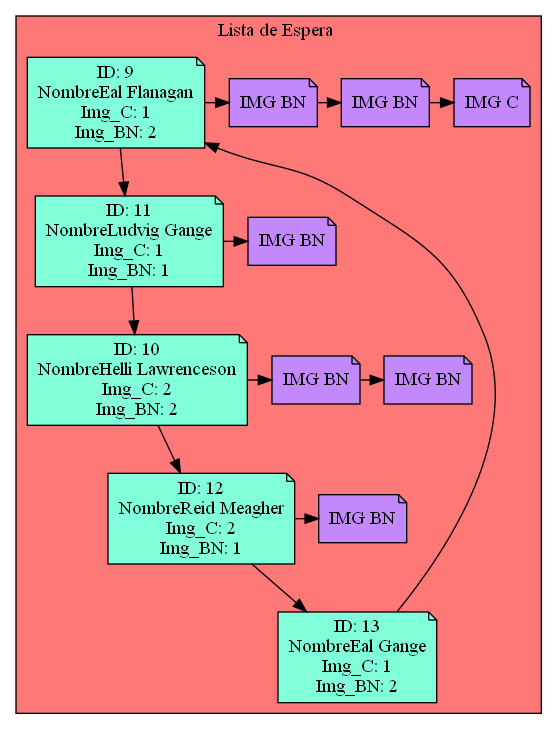
Serch-ING/EDD_UDRAWING_202000119 keeps this Graphviz diagram as Circular_Doble_espera.png. Above is the earlier version. Its source is kept beside it as Circular_Doble_espera.dot.
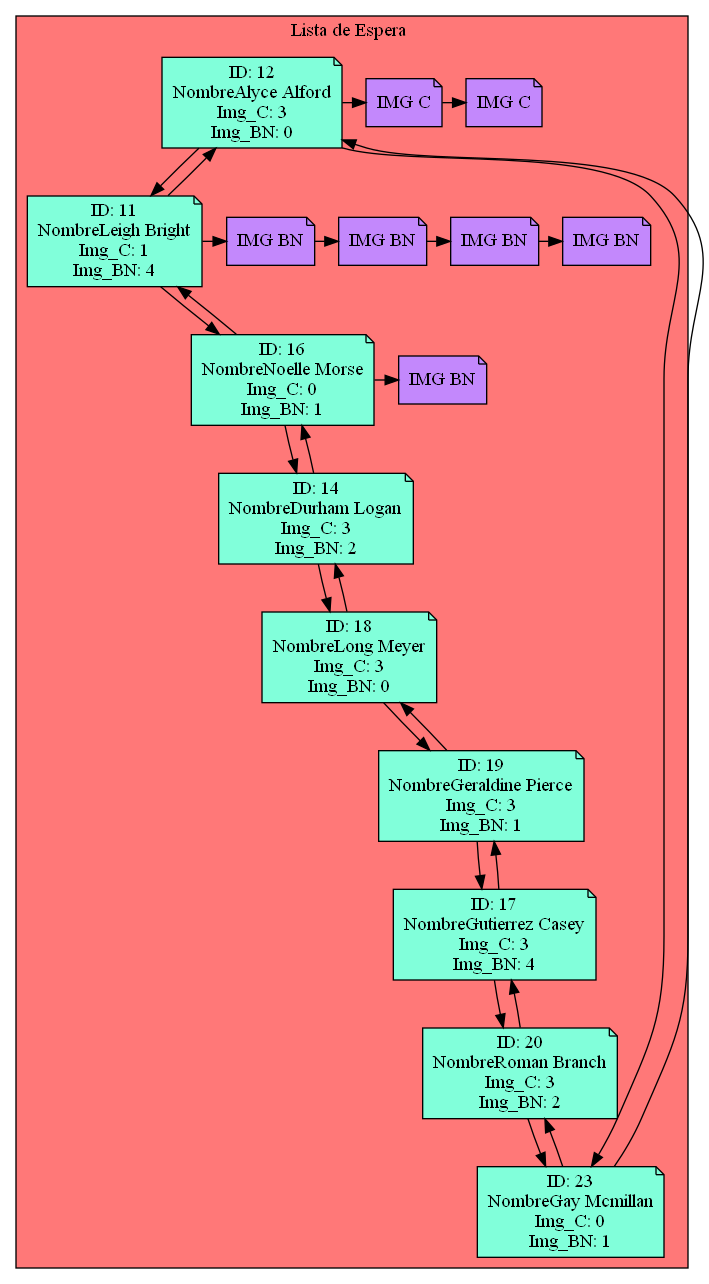
Above is the later version.

Change to the diagram source:
```diff
@@ -3,47 +3,92 @@
 subgraph cluster_p{
     label= "Lista de Espera "
     bgcolor = "#FF7878"
-Nodo2036127838[label="ID: 9
-NombreEal Flanagan
+Nodo150268540[label="ID: 12
+NombreAlyce Alford
+Img_C: 3
+Img_BN: 0",fillcolor="#81FFDA"]
+Nodo1470344997[label="ID: 11
+NombreLeigh Bright
 Img_C: 1
+Img_BN: 4",fillcolor="#81FFDA"]
+Nodo29183965[label="ID: 16
+NombreNoelle Morse
+Img_C: 0
+Img_BN: 1",fillcolor="#81FFDA"]
+Nodo310623126[label="ID: 14
+NombreDurham Logan
+Img_C: 3
 Img_BN: 2",fillcolor="#81FFDA"]
-Nodo1645547422[label="ID: 11
-NombreLudvig Gange
-Img_C: 1
+Nodo341796579[label="ID: 18
+NombreLong Meyer
+Img_C: 3
+Img_BN: 0",fillcolor="#81FFDA"]
+Nodo1297978429[label="ID: 19
+NombreGeraldine Pierce
+Img_C: 3
 Img_BN: 1",fillcolor="#81FFDA"]
-Nodo440737101[label="ID: 10
-NombreHelli Lawrenceson
-Img_C: 2
+Nodo915349526[label="ID: 17
+NombreGutierrez Casey
+Img_C: 3
+Img_BN: 4",fillcolor="#81FFDA"]
+Nodo1710989308[label="ID: 20
+NombreRoman Branch
+Img_C: 3
 Img_BN: 2",fillcolor="#81FFDA"]
-Nodo1766505436[label="ID: 12
-NombreReid Meagher
-Img_C: 2
+Nodo1578009262[label="ID: 23
+NombreGay Mcmillan
+Img_C: 0
 Img_BN: 1",fillcolor="#81FFDA"]
-Nodo899644639[label="ID: 13
-NombreEal Gange
-Img_C: 1
-Img_BN: 2",fillcolor="#81FFDA"]
 
-Nodo2036127838 -> Nodo1645547422
-Nodo2036127838->Nodo203612783800001
-Nodo203612783800001[label="IMG BN",fillcolor="#C388FC"]Nodo203612783800001->Nodo203612783800002
-Nodo203612783800002[label="IMG BN",fillcolor="#C388FC"]
-Nodo203612783800002->Nodo203612783811111
-Nodo203612783811111[label="IMG C",fillcolor="#C388FC"]
-{rank=same;Nodo2036127838,Nodo203612783800001,Nodo203612783800002,Nodo203612783811111}
-Nodo1645547422 -> Nodo440737101
-Nodo1645547422->Nodo164554742200001
-Nodo164554742200001[label="IMG BN",fillcolor="#C388FC"]
-{rank=same;Nodo1645547422,Nodo164554742200001}
-Nodo440737101 -> Nodo1766505436
-Nodo440737101->Nodo44073710100001
-Nodo44073710100001[label="IMG BN",fillcolor="#C388FC"]Nodo44073710100001->Nodo44073710100002
-Nodo44073710100002[label="IMG BN",fillcolor="#C388FC"]
-{rank=same;Nodo440737101,Nodo44073710100001,Nodo44073710100002}
-Nodo1766505436 -> Nodo899644639
-Nodo1766505436->Nodo176650543600001
-Nodo176650543600001[label="IMG BN",fillcolor="#C388FC"]
-{rank=same;Nodo1766505436,Nodo176650543600001}
-Nodo899644639 -> Nodo2036127838
+Nodo150268540 -> Nodo1470344997
 
-{rank=same;Nodo899644639}}}
+Nodo1470344997 -> Nodo150268540
+Nodo150268540->Nodo15026854011111
+Nodo15026854011111[label="IMG C",fillcolor="#C388FC"]Nodo15026854011111->Nodo15026854011112
+Nodo15026854011112[label="IMG C",fillcolor="#C388FC"]
+{rank=same;Nodo150268540,Nodo15026854011111,Nodo15026854011112}
+Nodo1470344997 -> Nodo29183965
+
+Nodo29183965 -> Nodo1470344997
+Nodo1470344997->Nodo147034499700001
+Nodo147034499700001[label="IMG BN",fillcolor="#C388FC"]Nodo147034499700001->Nodo147034499700002
+Nodo147034499700002[label="IMG BN",fillcolor="#C388FC"]Nodo147034499700002->Nodo147034499700003
+Nodo147034499700003[label="IMG BN",fillcolor="#C388FC"]Nodo147034499700003->Nodo147034499700004
+Nodo147034499700004[label="IMG BN",fillcolor="#C388FC"]
+{rank=same;Nodo1470344997,Nodo147034499700001,Nodo147034499700002,Nodo147034499700003,Nodo147034499700004}
+Nodo29183965 -> Nodo310623126
+
+Nodo310623126 -> Nodo29183965
+Nodo29183965->Nodo2918396500001
+Nodo2918396500001[label="IMG BN",fillcolor="#C388FC"]
+{rank=same;Nodo29183965,Nodo2918396500001}
+Nodo310623126 -> Nodo341796579
+
+Nodo341796579 -> Nodo310623126
+
+{rank=same;Nodo310623126}
+Nodo341796579 -> Nodo1297978429
+
+Nodo1297978429 -> Nodo341796579
+
+{rank=same;Nodo341796579}
+Nodo1297978429 -> Nodo915349526
+
+Nodo915349526 -> Nodo1297978429
+
+{rank=same;Nodo1297978429}
+Nodo915349526 -> Nodo1710989308
+
+Nodo1710989308 -> Nodo915349526
+
+{rank=same;Nodo915349526}
+Nodo1710989308 -> Nodo1578009262
+
+Nodo1578009262 -> Nodo1710989308
+
+{rank=same;Nodo1710989308}
+Nodo1578009262 -> Nodo150268540
+
+Nodo150268540 -> Nodo1578009262
+
+{rank=same;Nodo1578009262}}}
```
